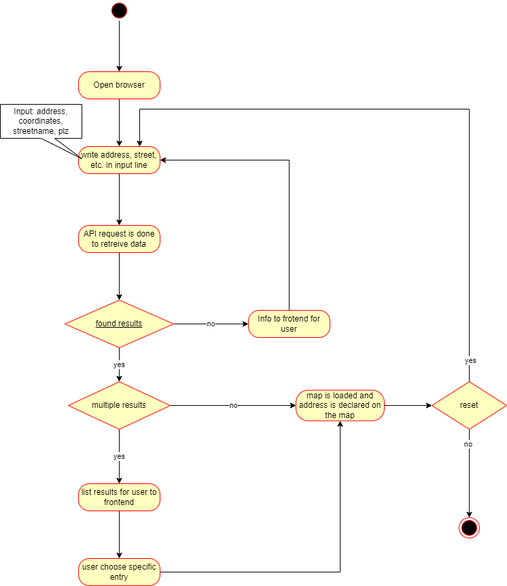
jonashofer/swisstopo-toolbox keeps this draw.io diagram as technical_documentation/activitydiagramm.png. Above is the earlier version. Source tidied: cells renumbered, new cells last; positions are measured from the earlier drawing's top-left corner, leaving out a move shared by most shapes.
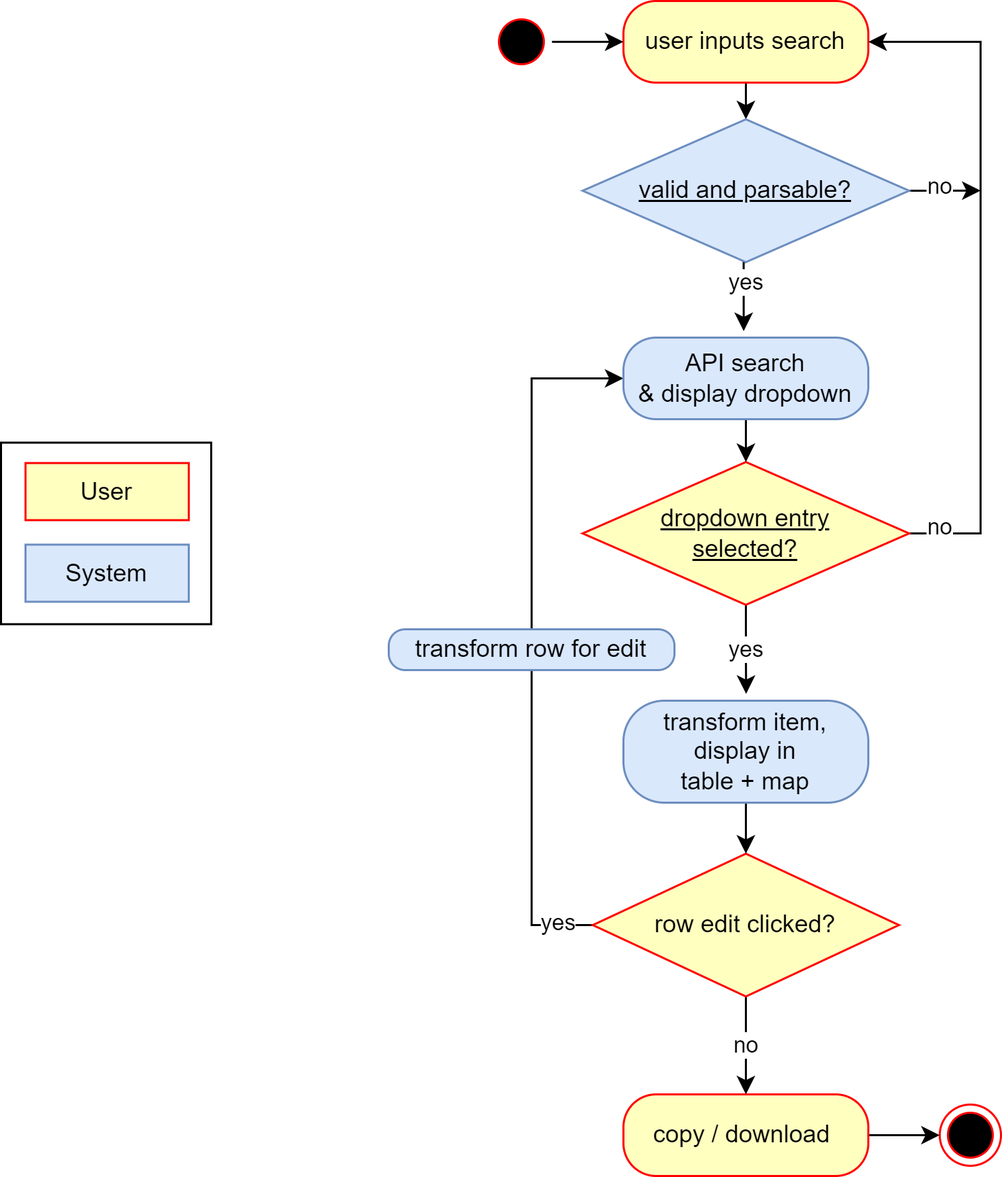
After the commit.

Change to the diagram source:
```diff
@@ -2,97 +2,94 @@
   <root>
     <mxCell id="0" />
     <mxCell id="1" parent="0" />
-    <mxCell id="2" style="edgeStyle=orthogonalEdgeStyle;rounded=0;jettySize=auto;html=1;exitX=0.5;exitY=1;exitDx=0;exitDy=0;entryX=0.5;entryY=0;entryDx=0;entryDy=0;" parent="1" edge="1" source="3" target="5">
-      <mxGeometry relative="1" as="geometry" />
-    </mxCell>
-    <mxCell id="3" value="Open browser" style="rounded=1;whiteSpace=wrap;html=1;arcSize=40;fontColor=#000000;fillColor=#ffffc0;strokeColor=#ff0000;" parent="1" vertex="1">
-      <mxGeometry x="115" y="105" width="120" height="40" as="geometry" />
-    </mxCell>
-    <mxCell id="4" style="edgeStyle=orthogonalEdgeStyle;rounded=0;jettySize=auto;html=1;exitX=0.5;exitY=1;exitDx=0;exitDy=0;entryX=0.5;entryY=0;entryDx=0;entryDy=0;" parent="1" edge="1" source="5" target="20">
-      <mxGeometry relative="1" as="geometry" />
-    </mxCell>
+    <mxCell id="31" style="edgeStyle=orthogonalEdgeStyle;rounded=0;jettySize=auto;html=1;exitX=0.5;exitY=1;exitDx=0;exitDy=0;entryX=0.5;entryY=0;entryDx=0;entryDy=0;" parent="1" edge="1" source="5" target="37">
+      <mxGeometry relative="1" as="geometry" />
+    </mxCell>
-    <mxCell id="5" value="write address, street, etc. in input line" style="rounded=1;whiteSpace=wrap;html=1;arcSize=40;fontColor=#000000;fillColor=#ffffc0;strokeColor=#ff0000;" parent="1" vertex="1">
+    <mxCell id="5" value="user inputs search" style="rounded=1;whiteSpace=wrap;html=1;arcSize=40;fontColor=#000000;fillColor=#ffffc0;strokeColor=#ff0000;" parent="1" vertex="1">
       <mxGeometry x="115" y="215" width="120" height="40" as="geometry" />
     </mxCell>
-    <mxCell id="6" value="yes" style="edgeStyle=orthogonalEdgeStyle;rounded=0;jettySize=auto;html=1;exitX=0.5;exitY=1;exitDx=0;exitDy=0;entryX=0.5;entryY=0;entryDx=0;entryDy=0;" parent="1" edge="1" source="8" target="11">
+    <mxCell id="6" value="yes" style="edgeStyle=orthogonalEdgeStyle;rounded=0;jettySize=auto;html=1;exitX=0.5;exitY=1;exitDx=0;exitDy=0;entryX=0.501;entryY=-0.067;entryDx=0;entryDy=0;entryPerimeter=0;" parent="1" edge="1" source="8" target="39">
       <mxGeometry relative="1" as="geometry" />
     </mxCell>
-    <mxCell id="7" value="no" style="edgeStyle=orthogonalEdgeStyle;rounded=0;jettySize=auto;html=1;exitX=1;exitY=0.5;exitDx=0;exitDy=0;entryX=0;entryY=0.5;entryDx=0;entryDy=0;" parent="1" edge="1" source="8" target="13">
-      <mxGeometry relative="1" as="geometry" />
+    <mxCell id="7" value="no" style="edgeStyle=orthogonalEdgeStyle;rounded=0;jettySize=auto;html=1;exitX=1;exitY=0.5;exitDx=0;exitDy=0;entryX=1;entryY=0.5;entryDx=0;entryDy=0;" parent="1" edge="1" source="8" target="5">
+      <mxGeometry x="-0.91" y="3" relative="1" as="geometry">
+        <Array as="points">
+          <mxPoint x="290" y="476" />
+          <mxPoint x="290" y="235" />
+        </Array>
+      </mxGeometry>
     </mxCell>
-    <mxCell id="8" value="found results" style="rhombus;whiteSpace=wrap;html=1;fillColor=#ffffc0;strokeColor=#ff0000;fontStyle=4;" parent="1" vertex="1">
+    <mxCell id="8" value="dropdown entry &lt;br&gt;selected?" style="rhombus;whiteSpace=wrap;html=1;fillColor=#ffffc0;strokeColor=#ff0000;fontStyle=4;" parent="1" vertex="1">
       <mxGeometry x="95" y="441" width="160" height="70" as="geometry" />
     </mxCell>
-    <mxCell id="9" value="yes" style="edgeStyle=orthogonalEdgeStyle;rounded=0;jettySize=auto;html=1;exitX=0.5;exitY=1;exitDx=0;exitDy=0;entryX=0.5;entryY=0;entryDx=0;entryDy=0;" parent="1" edge="1" source="11" target="16">
+    <mxCell id="9" value="no" style="edgeStyle=orthogonalEdgeStyle;rounded=0;jettySize=auto;html=1;exitX=0.5;exitY=1;exitDx=0;exitDy=0;entryX=0.5;entryY=0;entryDx=0;entryDy=0;" parent="1" edge="1" source="11" target="16">
       <mxGeometry relative="1" as="geometry" />
     </mxCell>
-    <mxCell id="10" value="no" style="edgeStyle=orthogonalEdgeStyle;rounded=0;jettySize=auto;html=1;exitX=1;exitY=0.5;exitDx=0;exitDy=0;entryX=0;entryY=0.5;entryDx=0;entryDy=0;" parent="1" edge="1" source="11" target="22">
-      <mxGeometry relative="1" as="geometry" />
-    </mxCell>
+    <mxCell id="32" value="yes" style="edgeStyle=orthogonalEdgeStyle;rounded=0;jettySize=auto;html=1;exitX=0;exitY=0.5;exitDx=0;exitDy=0;entryX=0;entryY=0.5;entryDx=0;entryDy=0;endArrow=classic;endFill=1;" parent="1" edge="1" source="11" target="20">
+      <mxGeometry x="-0.9" y="-1" relative="1" as="geometry">
+        <Array as="points">
+          <mxPoint x="70" y="668" />
+          <mxPoint x="70" y="400" />
+        </Array>
+      </mxGeometry>
+    </mxCell>
-    <mxCell id="11" value="multiple results" style="rhombus;whiteSpace=wrap;html=1;fillColor=#ffffc0;strokeColor=#ff0000;" parent="1" vertex="1">
-      <mxGeometry x="100" y="561" width="150" height="70" as="geometry" />
+    <mxCell id="11" value="row edit clicked?" style="rhombus;whiteSpace=wrap;html=1;fillColor=#ffffc0;strokeColor=#ff0000;" parent="1" vertex="1">
+      <mxGeometry x="100" y="633" width="150" height="70" as="geometry" />
     </mxCell>
-    <mxCell id="12" style="edgeStyle=orthogonalEdgeStyle;rounded=0;jettySize=auto;html=1;exitX=0.5;exitY=0;exitDx=0;exitDy=0;entryX=1;entryY=0.5;entryDx=0;entryDy=0;" parent="1" edge="1" source="13" target="5">
-      <mxGeometry relative="1" as="geometry" />
-    </mxCell>
-    <mxCell id="13" value="Info to frotend for user" style="rounded=1;whiteSpace=wrap;html=1;arcSize=40;fontColor=#000000;fillColor=#ffffc0;strokeColor=#ff0000;" parent="1" vertex="1">
-      <mxGeometry x="365" y="456" width="120" height="40" as="geometry" />
-    </mxCell>
     <mxCell id="14" style="ellipse;html=1;shape=endState;fillColor=#000000;strokeColor=#ff0000;" parent="1" vertex="1">
-      <mxGeometry x="675" y="761" width="30" height="30" as="geometry" />
+      <mxGeometry x="270" y="756" width="30" height="30" as="geometry" />
     </mxCell>
-    <mxCell id="15" style="edgeStyle=orthogonalEdgeStyle;rounded=0;jettySize=auto;html=1;exitX=0.5;exitY=1;exitDx=0;exitDy=0;entryX=0.5;entryY=0;entryDx=0;entryDy=0;" parent="1" edge="1" source="16" target="18">
-      <mxGeometry relative="1" as="geometry" />
-    </mxCell>
+    <mxCell id="33" style="edgeStyle=orthogonalEdgeStyle;rounded=0;jettySize=auto;html=1;exitX=1;exitY=0.5;exitDx=0;exitDy=0;entryX=0;entryY=0.5;entryDx=0;entryDy=0;endArrow=classic;endFill=1;" parent="1" edge="1" source="16" target="14">
+      <mxGeometry relative="1" as="geometry" />
+    </mxCell>
-    <mxCell id="16" value="list results for user to frontend" style="rounded=1;whiteSpace=wrap;html=1;arcSize=40;fontColor=#000000;fillColor=#ffffc0;strokeColor=#ff0000;" parent="1" vertex="1">
-      <mxGeometry x="115" y="711" width="120" height="40" as="geometry" />
+    <mxCell id="16" value="copy / download&amp;nbsp;" style="rounded=1;whiteSpace=wrap;html=1;arcSize=40;fillColor=#ffffc0;strokeColor=#ff0000;fontColor=#000000;" parent="1" vertex="1">
+      <mxGeometry x="115" y="751" width="120" height="40" as="geometry" />
     </mxCell>
-    <mxCell id="17" style="edgeStyle=orthogonalEdgeStyle;rounded=0;jettySize=auto;html=1;exitX=1;exitY=0.5;exitDx=0;exitDy=0;entryX=0.5;entryY=1;entryDx=0;entryDy=0;" parent="1" edge="1" source="18" target="22">
-      <mxGeometry relative="1" as="geometry" />
-    </mxCell>
-    <mxCell id="18" value="user choose specific entry" style="rounded=1;whiteSpace=wrap;html=1;arcSize=40;fontColor=#000000;fillColor=#ffffc0;strokeColor=#ff0000;" parent="1" vertex="1">
-      <mxGeometry x="115" y="821" width="120" height="40" as="geometry" />
-    </mxCell>
     <mxCell id="19" style="edgeStyle=orthogonalEdgeStyle;rounded=0;jettySize=auto;html=1;exitX=0.5;exitY=1;exitDx=0;exitDy=0;entryX=0.5;entryY=0;entryDx=0;entryDy=0;" parent="1" edge="1" source="20" target="8">
       <mxGeometry relative="1" as="geometry" />
     </mxCell>
-    <mxCell id="20" value="API request is done to retreive data" style="rounded=1;whiteSpace=wrap;html=1;arcSize=40;fontColor=#000000;fillColor=#ffffc0;strokeColor=#ff0000;" parent="1" vertex="1">
-      <mxGeometry x="115" y="331" width="120" height="40" as="geometry" />
+    <mxCell id="20" value="API search &lt;br&gt;&amp;amp; display dropdown" style="rounded=1;whiteSpace=wrap;html=1;arcSize=40;fillColor=#dae8fc;strokeColor=#6c8ebf;" parent="1" vertex="1">
+      <mxGeometry x="115" y="380" width="120" height="40" as="geometry" />
     </mxCell>
-    <mxCell id="21" style="edgeStyle=orthogonalEdgeStyle;rounded=0;jettySize=auto;html=1;exitX=1;exitY=0.5;exitDx=0;exitDy=0;entryX=0;entryY=0.5;entryDx=0;entryDy=0;" parent="1" edge="1" source="22" target="27">
-      <mxGeometry relative="1" as="geometry" />
-    </mxCell>
-    <mxCell id="22" value="map is loaded and address is declared on the map" style="rounded=1;whiteSpace=wrap;html=1;arcSize=40;fontColor=#000000;fillColor=#ffffc0;strokeColor=#ff0000;" parent="1" vertex="1">
-      <mxGeometry x="435" y="573.5" width="130" height="45" as="geometry" />
-    </mxCell>
-    <mxCell id="23" style="edgeStyle=orthogonalEdgeStyle;rounded=0;jettySize=auto;html=1;exitX=0.5;exitY=1;exitDx=0;exitDy=0;entryX=0.5;entryY=0;entryDx=0;entryDy=0;" parent="1" edge="1" source="27" target="14">
-      <mxGeometry relative="1" as="geometry" />
-    </mxCell>
-    <mxCell id="24" value="no&amp;nbsp;" style="edgeLabel;html=1;align=center;verticalAlign=middle;" parent="23" vertex="1">
-      <mxGeometry x="-0.68" y="-1" relative="1" as="geometry" />
-    </mxCell>
-    <mxCell id="25" style="edgeStyle=orthogonalEdgeStyle;rounded=0;jettySize=auto;html=1;exitX=0.5;exitY=0;exitDx=0;exitDy=0;entryX=0.75;entryY=0;entryDx=0;entryDy=0;" parent="1" edge="1" source="27" target="5">
-      <mxGeometry relative="1" as="geometry">
-        <Array as="points">
-          <mxPoint x="690" y="160" />
-          <mxPoint x="205" y="160" />
-        </Array>
-      </mxGeometry>
-    </mxCell>
+    <mxCell id="34" style="edgeStyle=orthogonalEdgeStyle;rounded=0;jettySize=auto;html=1;exitX=1;exitY=0.5;exitDx=0;exitDy=0;entryX=0;entryY=0.5;entryDx=0;entryDy=0;endArrow=classic;endFill=1;" parent="1" edge="1" source="29" target="5">
+      <mxGeometry relative="1" as="geometry" />
+    </mxCell>
+    <mxCell id="29" style="ellipse;html=1;shape=startState;fillColor=#000000;strokeColor=#ff0000;" parent="1" vertex="1">
+      <mxGeometry x="50" y="220" width="30" height="30" as="geometry" />
+    </mxCell>
+    <mxCell id="35" style="edgeStyle=orthogonalEdgeStyle;rounded=0;jettySize=auto;html=1;exitX=0.5;exitY=1;exitDx=0;exitDy=0;entryX=0.491;entryY=-0.079;entryDx=0;entryDy=0;entryPerimeter=0;" parent="1" edge="1" source="37" target="20">
+      <mxGeometry relative="1" as="geometry" />
+    </mxCell>
-    <mxCell id="26" value="yes" style="edgeLabel;html=1;align=center;verticalAlign=middle;" parent="25" vertex="1">
-      <mxGeometry x="-0.93" y="-1" relative="1" as="geometry" />
+    <mxCell id="26" value="yes" style="edgeLabel;html=1;align=center;verticalAlign=middle;" parent="35" vertex="1">
+      <mxGeometry x="-0.57" relative="1" as="geometry">
+        <mxPoint x="1" y="3" as="offset" />
+      </mxGeometry>
     </mxCell>
-    <mxCell id="27" value="reset" style="rhombus;whiteSpace=wrap;html=1;fillColor=#ffffc0;strokeColor=#ff0000;" parent="1" vertex="1">
-      <mxGeometry x="635" y="561" width="110" height="70" as="geometry" />
-    </mxCell>
-    <mxCell id="28" style="edgeStyle=orthogonalEdgeStyle;rounded=0;jettySize=auto;html=1;exitX=0.5;exitY=1;exitDx=0;exitDy=0;entryX=0.5;entryY=0;entryDx=0;entryDy=0;" parent="1" edge="1" source="29" target="3">
-      <mxGeometry relative="1" as="geometry" />
-    </mxCell>
-    <mxCell id="29" style="ellipse;html=1;shape=startState;fillColor=#000000;strokeColor=#ff0000;" parent="1" vertex="1">
-      <mxGeometry x="160" width="30" height="30" as="geometry" />
-    </mxCell>
-    <mxCell id="30" value="Input: address, coordinates, streetname, plz" style="shape=callout;whiteSpace=wrap;html=1;perimeter=calloutPerimeter;fillColor=#FFFFFF;position2=1;" parent="1" vertex="1">
-      <mxGeometry y="153" width="120" height="80" as="geometry" />
-    </mxCell>
+    <mxCell id="36" value="no" style="edgeStyle=orthogonalEdgeStyle;rounded=0;jettySize=auto;html=1;exitX=1;exitY=0.5;exitDx=0;exitDy=0;endArrow=classic;endFill=1;" parent="1" edge="1" source="37">
+      <mxGeometry x="-0.14" y="2" relative="1" as="geometry">
+        <mxPoint x="290" y="308" as="targetPoint" />
+      </mxGeometry>
+    </mxCell>
+    <mxCell id="37" value="valid and parsable?" style="rhombus;whiteSpace=wrap;html=1;fillColor=#dae8fc;strokeColor=#6c8ebf;fontStyle=4;" parent="1" vertex="1">
+      <mxGeometry x="95" y="273" width="160" height="70" as="geometry" />
+    </mxCell>
+    <mxCell id="38" style="edgeStyle=orthogonalEdgeStyle;rounded=0;jettySize=auto;html=1;exitX=0.5;exitY=1;exitDx=0;exitDy=0;entryX=0.5;entryY=0;entryDx=0;entryDy=0;endArrow=classic;endFill=1;" parent="1" edge="1" source="39" target="11">
+      <mxGeometry relative="1" as="geometry" />
+    </mxCell>
+    <mxCell id="39" value="transform item,&lt;br&gt;display in &lt;br&gt;table + map" style="rounded=1;whiteSpace=wrap;html=1;arcSize=40;fillColor=#dae8fc;strokeColor=#6c8ebf;" parent="1" vertex="1">
+      <mxGeometry x="115" y="558" width="120" height="50" as="geometry" />
+    </mxCell>
+    <mxCell id="40" value="transform row for edit" style="rounded=1;whiteSpace=wrap;html=1;arcSize=40;fillColor=#dae8fc;strokeColor=#6c8ebf;" parent="1" vertex="1">
+      <mxGeometry y="523" width="140" height="20" as="geometry" />
+    </mxCell>
+    <mxCell id="41" value="User" style="rounded=0;whiteSpace=wrap;html=1;arcSize=40;fontColor=#000000;fillColor=#ffffc0;strokeColor=#ff0000;" parent="1" vertex="1">
+      <mxGeometry x="-178" y="441.5" width="80" height="28" as="geometry" />
+    </mxCell>
+    <mxCell id="42" value="System" style="rounded=0;whiteSpace=wrap;html=1;arcSize=40;fillColor=#dae8fc;strokeColor=#6c8ebf;" parent="1" vertex="1">
+      <mxGeometry x="-178" y="481.5" width="80" height="28" as="geometry" />
+    </mxCell>
+    <mxCell id="43" style="rounded=0;whiteSpace=wrap;html=1;fillColor=none;align=center;labelPosition=center;verticalLabelPosition=bottom;verticalAlign=top;" parent="1" vertex="1">
+      <mxGeometry x="-190" y="431.5" width="103" height="89" as="geometry" />
+    </mxCell>
   </root>
 </mxGraphModel>
```
